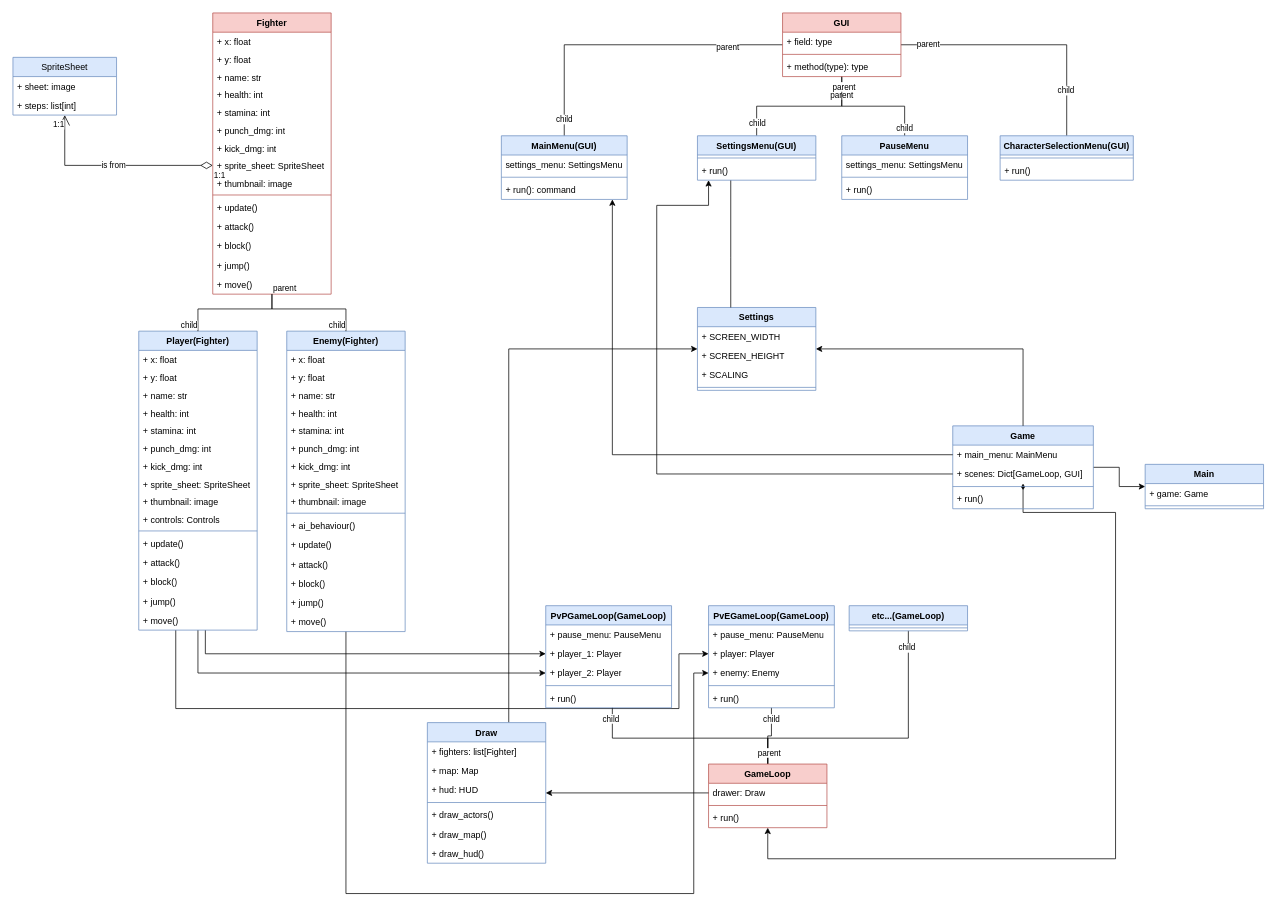
This is page "1 oldal" (1 of 2) of UML.drawio from FuvaKumi/ComboCombat-Reworked, a draw.io file, before an edit. Source tidied: cells renumbered, new cells numbered last; positions are measured from the earlier drawing's top-left corner, leaving out a move shared by most shapes. Both pictures are drawn from the tidied source at 74%, with x=0, y=0 at pixel (13, 13).
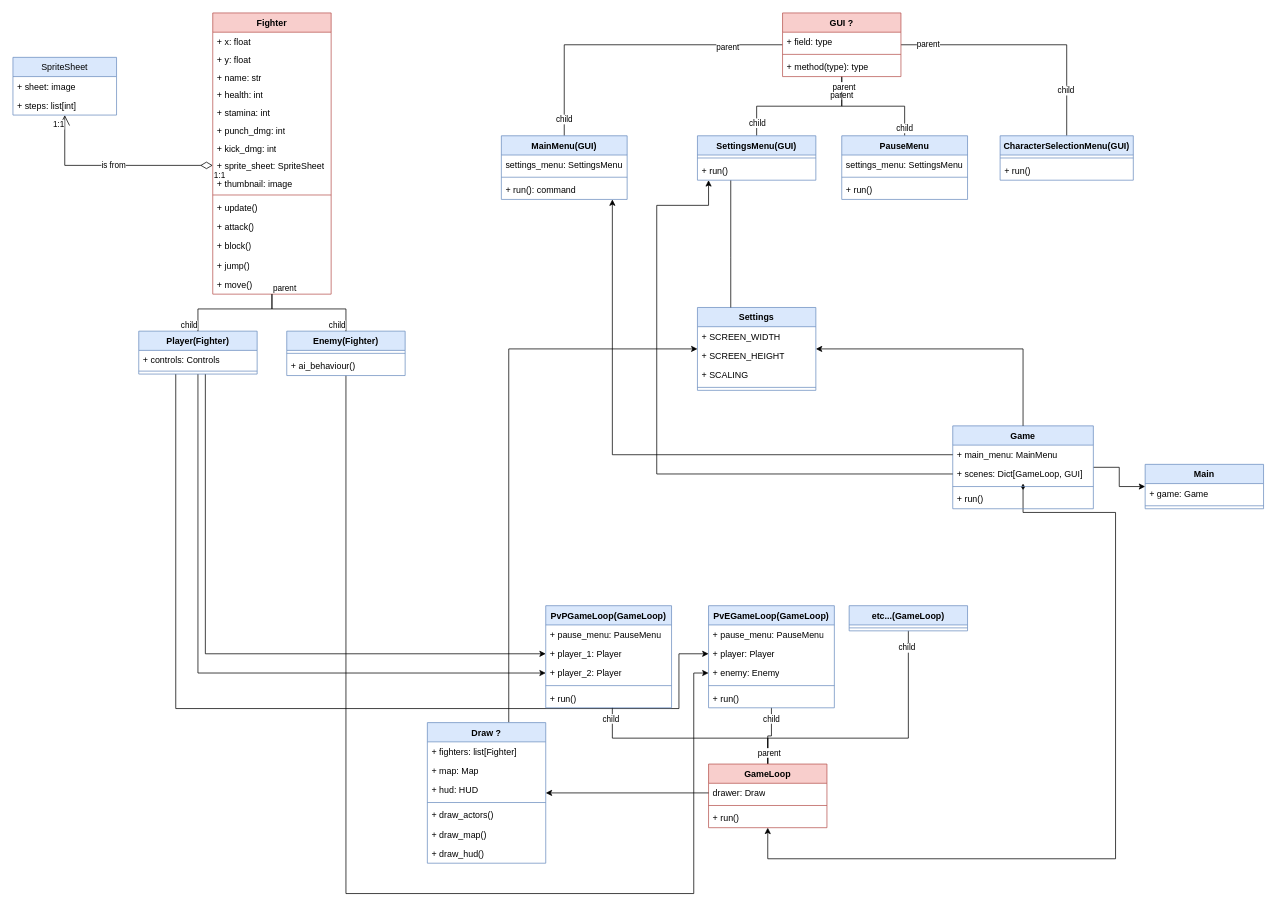
The same diagram, later.

Change to the diagram source:
```diff
@@
     <mxCell id="27" value="Player(Fighter)" style="swimlane;fontStyle=1;align=center;verticalAlign=top;horizontal=1;startSize=26;whiteSpace=wrap;html=1;fillColor=#dae8fc;strokeColor=#6c8ebf;" parent="1" vertex="1">
-      <mxGeometry x="170" y="430" width="160" height="404" as="geometry" />
+      <mxGeometry x="170" y="430" width="160" height="58" as="geometry" />
     </mxCell>
-    <mxCell id="28" value="+ x: float" style="text;align=left;verticalAlign=top;spacingLeft=4;spacingRight=4;overflow=hidden;whiteSpace=wrap;html=1;" parent="27" vertex="1">
-      <mxGeometry y="26" width="160" height="24" as="geometry" />
-    </mxCell>
-    <mxCell id="29" value="+ y: float" style="text;align=left;verticalAlign=top;spacingLeft=4;spacingRight=4;overflow=hidden;whiteSpace=wrap;html=1;" parent="27" vertex="1">
-      <mxGeometry y="50" width="160" height="24" as="geometry" />
-    </mxCell>
-    <mxCell id="30" value="+ name: str" style="text;align=left;verticalAlign=top;spacingLeft=4;spacingRight=4;overflow=hidden;whiteSpace=wrap;html=1;" parent="27" vertex="1">
-      <mxGeometry y="74" width="160" height="24" as="geometry" />
-    </mxCell>
-    <mxCell id="31" value="+ health: int" style="text;align=left;verticalAlign=top;spacingLeft=4;spacingRight=4;overflow=hidden;whiteSpace=wrap;html=1;" parent="27" vertex="1">
-      <mxGeometry y="98" width="160" height="24" as="geometry" />
-    </mxCell>
-    <mxCell id="32" value="+ stamina: int" style="text;align=left;verticalAlign=top;spacingLeft=4;spacingRight=4;overflow=hidden;whiteSpace=wrap;html=1;" parent="27" vertex="1">
-      <mxGeometry y="122" width="160" height="24" as="geometry" />
-    </mxCell>
-    <mxCell id="33" value="+ punch_dmg: int" style="text;align=left;verticalAlign=top;spacingLeft=4;spacingRight=4;overflow=hidden;whiteSpace=wrap;html=1;" parent="27" vertex="1">
-      <mxGeometry y="146" width="160" height="24" as="geometry" />
-    </mxCell>
-    <mxCell id="34" value="+ kick_dmg: int" style="text;align=left;verticalAlign=top;spacingLeft=4;spacingRight=4;overflow=hidden;whiteSpace=wrap;html=1;" parent="27" vertex="1">
-      <mxGeometry y="170" width="160" height="24" as="geometry" />
-    </mxCell>
-    <mxCell id="35" value="+ sprite_sheet: SpriteSheet" style="text;align=left;verticalAlign=top;spacingLeft=4;spacingRight=4;overflow=hidden;whiteSpace=wrap;html=1;" parent="27" vertex="1">
-      <mxGeometry y="194" width="160" height="24" as="geometry" />
-    </mxCell>
-    <mxCell id="36" value="+ thumbnail: image" style="text;align=left;verticalAlign=top;spacingLeft=4;spacingRight=4;overflow=hidden;whiteSpace=wrap;html=1;" parent="27" vertex="1">
-      <mxGeometry y="218" width="160" height="24" as="geometry" />
-    </mxCell>
     <mxCell id="37" value="+ controls: Controls" style="text;align=left;verticalAlign=top;spacingLeft=4;spacingRight=4;overflow=hidden;whiteSpace=wrap;html=1;" parent="27" vertex="1">
-      <mxGeometry y="242" width="160" height="24" as="geometry" />
+      <mxGeometry y="26" width="160" height="24" as="geometry" />
     </mxCell>
     <mxCell id="38" style="line;strokeWidth=1;fillColor=none;align=left;verticalAlign=middle;spacingTop=-1;spacingLeft=3;spacingRight=3;labelPosition=right;strokeColor=inherit;" parent="27" vertex="1">
-      <mxGeometry y="266" width="160" height="8" as="geometry" />
+      <mxGeometry y="50" width="160" height="8" as="geometry" />
     </mxCell>
-    <mxCell id="39" value="+ update()" style="text;strokeColor=none;fillColor=none;align=left;verticalAlign=top;spacingLeft=4;spacingRight=4;overflow=hidden;whiteSpace=wrap;html=1;" parent="27" vertex="1">
-      <mxGeometry y="274" width="160" height="26" as="geometry" />
-    </mxCell>
-    <mxCell id="40" value="+ attack()" style="text;strokeColor=none;fillColor=none;align=left;verticalAlign=top;spacingLeft=4;spacingRight=4;overflow=hidden;whiteSpace=wrap;html=1;" parent="27" vertex="1">
-      <mxGeometry y="300" width="160" height="26" as="geometry" />
-    </mxCell>
-    <mxCell id="41" value="+ block()" style="text;strokeColor=none;fillColor=none;align=left;verticalAlign=top;spacingLeft=4;spacingRight=4;overflow=hidden;whiteSpace=wrap;html=1;" parent="27" vertex="1">
-      <mxGeometry y="326" width="160" height="26" as="geometry" />
-    </mxCell>
-    <mxCell id="42" value="+ jump()" style="text;strokeColor=none;fillColor=none;align=left;verticalAlign=top;spacingLeft=4;spacingRight=4;overflow=hidden;whiteSpace=wrap;html=1;" parent="27" vertex="1">
-      <mxGeometry y="352" width="160" height="26" as="geometry" />
-    </mxCell>
-    <mxCell id="43" value="+ move()" style="text;strokeColor=none;fillColor=none;align=left;verticalAlign=top;spacingLeft=4;spacingRight=4;overflow=hidden;whiteSpace=wrap;html=1;" parent="27" vertex="1">
-      <mxGeometry y="378" width="160" height="26" as="geometry" />
-    </mxCell>
@@
     <mxCell id="48" value="Enemy(Fighter)" style="swimlane;fontStyle=1;align=center;verticalAlign=top;horizontal=1;startSize=26;whiteSpace=wrap;html=1;fillColor=#dae8fc;strokeColor=#6c8ebf;" parent="1" vertex="1">
-      <mxGeometry x="370" y="430" width="160" height="406" as="geometry" />
+      <mxGeometry x="370" y="430" width="160" height="60" as="geometry" />
     </mxCell>
-    <mxCell id="49" value="+ x: float" style="text;align=left;verticalAlign=top;spacingLeft=4;spacingRight=4;overflow=hidden;whiteSpace=wrap;html=1;" parent="48" vertex="1">
-      <mxGeometry y="26" width="160" height="24" as="geometry" />
-    </mxCell>
-    <mxCell id="50" value="+ y: float" style="text;align=left;verticalAlign=top;spacingLeft=4;spacingRight=4;overflow=hidden;whiteSpace=wrap;html=1;" parent="48" vertex="1">
-      <mxGeometry y="50" width="160" height="24" as="geometry" />
-    </mxCell>
-    <mxCell id="51" value="+ name: str" style="text;align=left;verticalAlign=top;spacingLeft=4;spacingRight=4;overflow=hidden;whiteSpace=wrap;html=1;" parent="48" vertex="1">
-      <mxGeometry y="74" width="160" height="24" as="geometry" />
-    </mxCell>
-    <mxCell id="52" value="+ health: int" style="text;align=left;verticalAlign=top;spacingLeft=4;spacingRight=4;overflow=hidden;whiteSpace=wrap;html=1;" parent="48" vertex="1">
-      <mxGeometry y="98" width="160" height="24" as="geometry" />
-    </mxCell>
-    <mxCell id="53" value="+ stamina: int" style="text;align=left;verticalAlign=top;spacingLeft=4;spacingRight=4;overflow=hidden;whiteSpace=wrap;html=1;" parent="48" vertex="1">
-      <mxGeometry y="122" width="160" height="24" as="geometry" />
-    </mxCell>
-    <mxCell id="54" value="+ punch_dmg: int" style="text;align=left;verticalAlign=top;spacingLeft=4;spacingRight=4;overflow=hidden;whiteSpace=wrap;html=1;" parent="48" vertex="1">
-      <mxGeometry y="146" width="160" height="24" as="geometry" />
-    </mxCell>
-    <mxCell id="55" value="+ kick_dmg: int" style="text;align=left;verticalAlign=top;spacingLeft=4;spacingRight=4;overflow=hidden;whiteSpace=wrap;html=1;" parent="48" vertex="1">
-      <mxGeometry y="170" width="160" height="24" as="geometry" />
-    </mxCell>
-    <mxCell id="56" value="+ sprite_sheet: SpriteSheet" style="text;align=left;verticalAlign=top;spacingLeft=4;spacingRight=4;overflow=hidden;whiteSpace=wrap;html=1;" parent="48" vertex="1">
-      <mxGeometry y="194" width="160" height="24" as="geometry" />
-    </mxCell>
-    <mxCell id="57" value="+ thumbnail: image" style="text;align=left;verticalAlign=top;spacingLeft=4;spacingRight=4;overflow=hidden;whiteSpace=wrap;html=1;" parent="48" vertex="1">
-      <mxGeometry y="218" width="160" height="24" as="geometry" />
-    </mxCell>
     <mxCell id="58" style="line;strokeWidth=1;fillColor=none;align=left;verticalAlign=middle;spacingTop=-1;spacingLeft=3;spacingRight=3;labelPosition=right;strokeColor=inherit;" parent="48" vertex="1">
-      <mxGeometry y="242" width="160" height="8" as="geometry" />
+      <mxGeometry y="26" width="160" height="8" as="geometry" />
     </mxCell>
     <mxCell id="59" value="+ ai_behaviour()" style="text;strokeColor=none;fillColor=none;align=left;verticalAlign=top;spacingLeft=4;spacingRight=4;overflow=hidden;whiteSpace=wrap;html=1;" parent="48" vertex="1">
-      <mxGeometry y="250" width="160" height="26" as="geometry" />
+      <mxGeometry y="34" width="160" height="26" as="geometry" />
     </mxCell>
-    <mxCell id="60" value="+ update()" style="text;strokeColor=none;fillColor=none;align=left;verticalAlign=top;spacingLeft=4;spacingRight=4;overflow=hidden;whiteSpace=wrap;html=1;" parent="48" vertex="1">
-      <mxGeometry y="276" width="160" height="26" as="geometry" />
-    </mxCell>
-    <mxCell id="61" value="+ attack()" style="text;strokeColor=none;fillColor=none;align=left;verticalAlign=top;spacingLeft=4;spacingRight=4;overflow=hidden;whiteSpace=wrap;html=1;" parent="48" vertex="1">
-      <mxGeometry y="302" width="160" height="26" as="geometry" />
-    </mxCell>
-    <mxCell id="62" value="+ block()" style="text;strokeColor=none;fillColor=none;align=left;verticalAlign=top;spacingLeft=4;spacingRight=4;overflow=hidden;whiteSpace=wrap;html=1;" parent="48" vertex="1">
-      <mxGeometry y="328" width="160" height="26" as="geometry" />
-    </mxCell>
-    <mxCell id="63" value="+ jump()" style="text;strokeColor=none;fillColor=none;align=left;verticalAlign=top;spacingLeft=4;spacingRight=4;overflow=hidden;whiteSpace=wrap;html=1;" parent="48" vertex="1">
-      <mxGeometry y="354" width="160" height="26" as="geometry" />
-    </mxCell>
-    <mxCell id="64" value="+ move()" style="text;strokeColor=none;fillColor=none;align=left;verticalAlign=top;spacingLeft=4;spacingRight=4;overflow=hidden;whiteSpace=wrap;html=1;" parent="48" vertex="1">
-      <mxGeometry y="380" width="160" height="26" as="geometry" />
-    </mxCell>
@@
-    <mxCell id="110" value="Draw" style="swimlane;fontStyle=1;align=center;verticalAlign=top;horizontal=1;startSize=26;whiteSpace=wrap;html=1;fillColor=#dae8fc;strokeColor=#6c8ebf;" parent="1" vertex="1">
+    <mxCell id="110" value="Draw ?" style="swimlane;fontStyle=1;align=center;verticalAlign=top;horizontal=1;startSize=26;whiteSpace=wrap;html=1;fillColor=#dae8fc;strokeColor=#6c8ebf;" parent="1" vertex="1">
       <mxGeometry x="560" y="959" width="160" height="190" as="geometry" />
     </mxCell>
@@
-    <mxCell id="131" value="GUI" style="swimlane;fontStyle=1;align=center;verticalAlign=top;horizontal=1;startSize=26;whiteSpace=wrap;html=1;fillColor=#f8cecc;strokeColor=#b85450;" parent="1" vertex="1">
+    <mxCell id="131" value="GUI ?" style="swimlane;fontStyle=1;align=center;verticalAlign=top;horizontal=1;startSize=26;whiteSpace=wrap;html=1;fillColor=#f8cecc;strokeColor=#b85450;" parent="1" vertex="1">
       <mxGeometry x="1040" width="160" height="86" as="geometry" />
     </mxCell>
```
